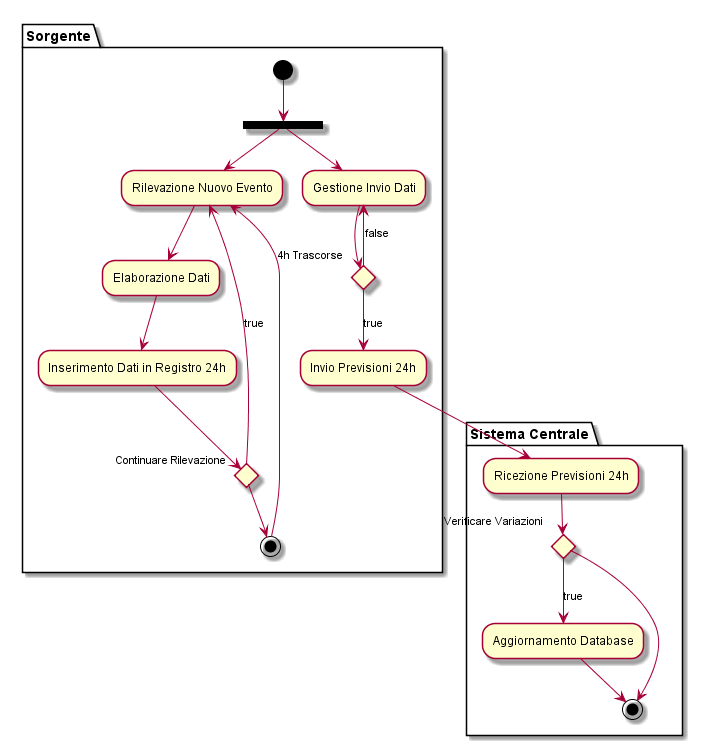
Earlier version of the PlantUML export UML/target/activity/sorgente-sistema_centrale.png (xFA25E/sweng_14_2019). Its diagram source:
```plantuml
@startuml

partition Sorgente {
    (*) --> ===S1===
    ===S1=== --> "Rilevazione Nuovo Evento"
    --> "Elaborazione Dati"
    --> "Inserimento Dati in Registro 24h"
    --> if "Continuare Rilevazione"
        --> [true] "Rilevazione Nuovo Evento"
    else
        --> (*top)
    --> "Rilevazione Nuovo Evento"
    ===S1=== --> "Gestione Invio Dati"
    --> if "4h Trascorse" then
        --> [true] "Invio Previsioni 24h"
    else
        --> [false] "Gestione Invio Dati"
}

partition "Sistema Centrale" {
    "Invio Previsioni 24h" --> "Ricezione Previsioni 24h"
    --> if "Verificare Variazioni"
        --> [true] "Aggiornamento Database"
    else
        --> (*)
    "Aggiornamento Database" --> (*)
}

@enduml
```
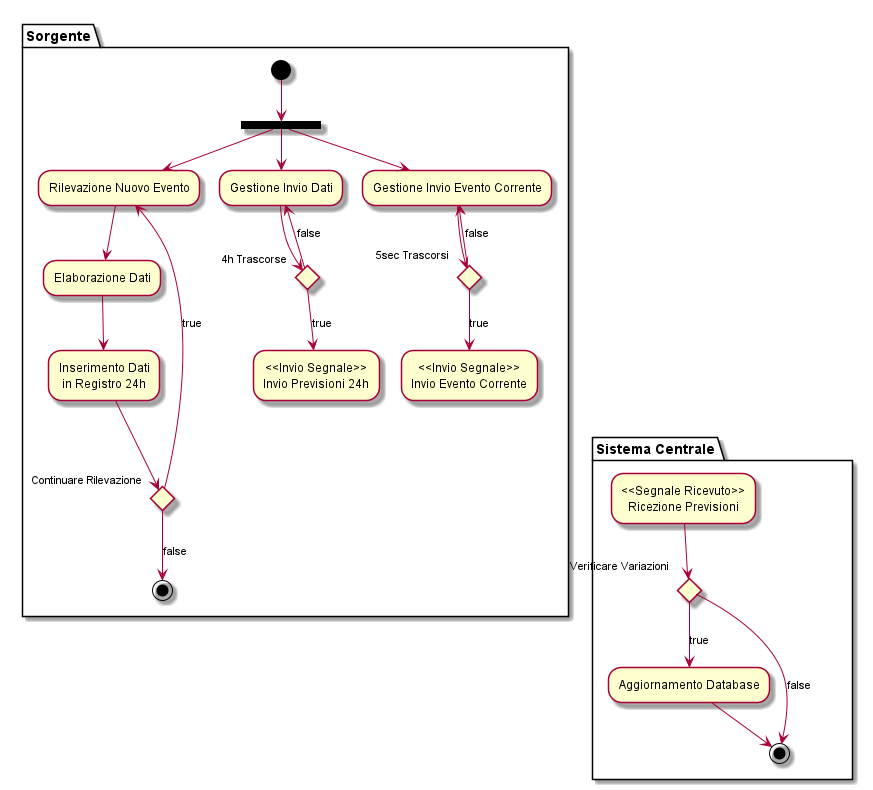
After the change.

What changed in the source:
```diff
@@ -1,29 +1,35 @@
 @startuml
 
 partition Sorgente {
-    (*) --> ===S1===
-    ===S1=== --> "Rilevazione Nuovo Evento"
-    --> "Elaborazione Dati"
-    --> "Inserimento Dati in Registro 24h"
-    --> if "Continuare Rilevazione"
-        --> [true] "Rilevazione Nuovo Evento"
-    else
-        --> (*top)
-    --> "Rilevazione Nuovo Evento"
-    ===S1=== --> "Gestione Invio Dati"
-    --> if "4h Trascorse" then
-        --> [true] "Invio Previsioni 24h"
-    else
-        --> [false] "Gestione Invio Dati"
+	(*) --> ===S1===
+	===S1=== --> "Rilevazione Nuovo Evento"
+	--> "Elaborazione Dati"
+	--> "Inserimento Dati
+	in Registro 24h"
+	--> if "Continuare Rilevazione"
+		--> [true] "Rilevazione Nuovo Evento"
+	else
+		--> [false] (*top)
+	===S1=== --> "Gestione Invio Dati"
+	--> if "4h Trascorse" then
+		--> [true] "<<Invio Segnale>>\nInvio Previsioni 24h"
+	else
+		--> [false] "Gestione Invio Dati"
+	===S1=== --> "Gestione Invio Evento Corrente"
+	--> if "5sec Trascorsi" then
+		--> [true] "<<Invio Segnale>>\nInvio Evento Corrente"
+	else
+		--> [false] "Gestione Invio Evento Corrente"
+
 }
 
 partition "Sistema Centrale" {
-    "Invio Previsioni 24h" --> "Ricezione Previsioni 24h"
-    --> if "Verificare Variazioni"
-        --> [true] "Aggiornamento Database"
-    else
-        --> (*)
-    "Aggiornamento Database" --> (*)
+	"<<Invio Segnale>>\nInvio Previsioni 24h" -[hidden]-> "<<Segnale Ricevuto>>\nRicezione Previsioni"
+	--> if "Verificare Variazioni"
+		--> [true] "Aggiornamento Database"
+	else
+		--> [false] (*)
+	"Aggiornamento Database" --> (*)
 }
 
 @enduml
```
